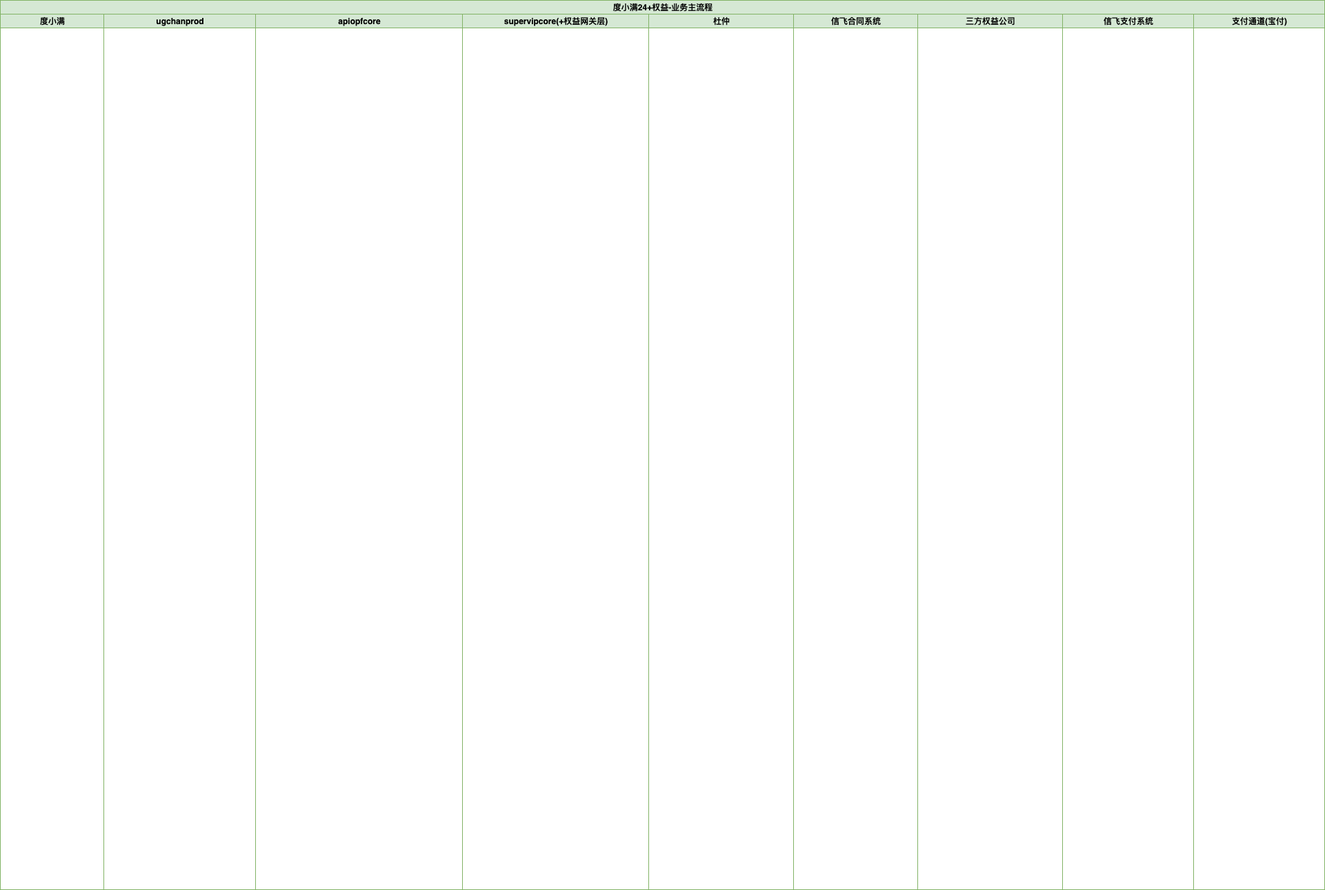
Earlier version of the draw.io export 度小满权益-业务主流程.png (yuanlj-tea/picgo). Source tidied: cells renumbered, new cells last; positions are measured from the earlier drawing's top-left corner, leaving out a move shared by most shapes.
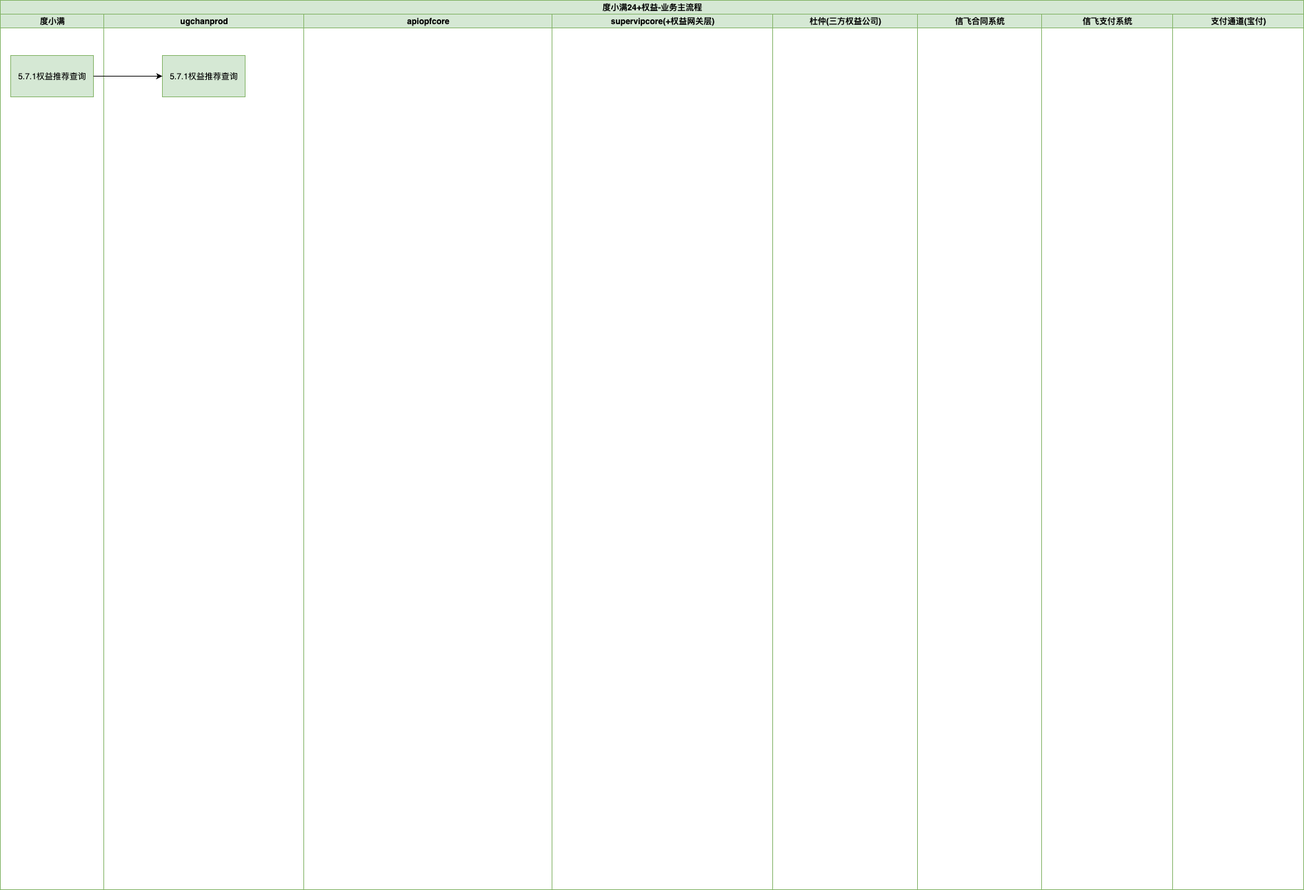
After the change.

Commit message:
更新度小满权益-业务主流程.png

The edit, as a diff of the source:
```diff
@@ -3,34 +3,40 @@
     <mxCell id="0" />
     <mxCell id="1" parent="0" />
     <mxCell id="2" value="度小满24+权益-业务主流程" style="swimlane;startSize=20;html=1;fillColor=#d5e8d4;strokeColor=#82b366;" parent="1" vertex="1">
-      <mxGeometry width="1920" height="1290" as="geometry" />
+      <mxGeometry width="1890" height="1290" as="geometry" />
     </mxCell>
     <mxCell id="3" value="度小满" style="swimlane;startSize=20;html=1;fillColor=#d5e8d4;strokeColor=#82b366;" parent="2" vertex="1">
       <mxGeometry y="20" width="150" height="1270" as="geometry" />
     </mxCell>
+    <mxCell id="12" value="5.7.1权益推荐查询" style="rounded=0;whiteSpace=wrap;html=1;fillColor=#d5e8d4;strokeColor=#82b366;" parent="3" vertex="1">
+      <mxGeometry x="15" y="60" width="120" height="60" as="geometry" />
+    </mxCell>
     <mxCell id="4" value="ugchanprod" style="swimlane;startSize=20;html=1;fillColor=#d5e8d4;strokeColor=#82b366;" parent="2" vertex="1">
-      <mxGeometry x="150" y="20" width="220" height="1270" as="geometry" />
+      <mxGeometry x="150" y="20" width="290" height="1270" as="geometry" />
     </mxCell>
+    <mxCell id="13" value="5.7.1权益推荐查询" style="rounded=0;whiteSpace=wrap;html=1;fillColor=#d5e8d4;strokeColor=#82b366;" parent="4" vertex="1">
+      <mxGeometry x="85" y="60" width="120" height="60" as="geometry" />
+    </mxCell>
     <mxCell id="5" value="apiopfcore" style="swimlane;startSize=20;html=1;fillColor=#d5e8d4;strokeColor=#82b366;" parent="2" vertex="1">
-      <mxGeometry x="370" y="20" width="300" height="1270" as="geometry" />
+      <mxGeometry x="440" y="20" width="360" height="1270" as="geometry" />
     </mxCell>
     <mxCell id="6" value="supervipcore(+权益网关层)" style="swimlane;startSize=20;html=1;fillColor=#d5e8d4;strokeColor=#82b366;" parent="2" vertex="1">
-      <mxGeometry x="670" y="20" width="270" height="1270" as="geometry" />
+      <mxGeometry x="800" y="20" width="320" height="1270" as="geometry" />
     </mxCell>
-    <mxCell id="7" value="杜仲" style="swimlane;startSize=20;html=1;fillColor=#d5e8d4;strokeColor=#82b366;" parent="2" vertex="1">
-      <mxGeometry x="940" y="20" width="210" height="1270" as="geometry" />
+    <mxCell id="7" value="杜仲(三方权益公司)" style="swimlane;startSize=20;html=1;fillColor=#d5e8d4;strokeColor=#82b366;" parent="2" vertex="1">
+      <mxGeometry x="1120" y="20" width="210" height="1270" as="geometry" />
     </mxCell>
     <mxCell id="8" value="信飞合同系统" style="swimlane;startSize=20;html=1;fillColor=#d5e8d4;strokeColor=#82b366;" parent="2" vertex="1">
-      <mxGeometry x="1150" y="20" width="180" height="1270" as="geometry" />
+      <mxGeometry x="1330" y="20" width="180" height="1270" as="geometry" />
     </mxCell>
-    <mxCell id="9" value="三方权益公司" style="swimlane;startSize=20;html=1;fillColor=#d5e8d4;strokeColor=#82b366;" parent="2" vertex="1">
-      <mxGeometry x="1330" y="20" width="210" height="1270" as="geometry" />
-    </mxCell>
     <mxCell id="10" value="信飞支付系统" style="swimlane;startSize=20;html=1;fillColor=#d5e8d4;strokeColor=#82b366;" parent="2" vertex="1">
-      <mxGeometry x="1540" y="20" width="190" height="1270" as="geometry" />
+      <mxGeometry x="1510" y="20" width="190" height="1270" as="geometry" />
     </mxCell>
     <mxCell id="11" value="支付通道(宝付)" style="swimlane;startSize=20;html=1;fillColor=#d5e8d4;strokeColor=#82b366;" parent="2" vertex="1">
-      <mxGeometry x="1730" y="20" width="190" height="1270" as="geometry" />
+      <mxGeometry x="1700" y="20" width="190" height="1270" as="geometry" />
     </mxCell>
+    <mxCell id="14" style="edgeStyle=orthogonalEdgeStyle;rounded=1;jettySize=auto;html=1;entryX=0;entryY=0.5;entryDx=0;entryDy=0;curved=0;" parent="2" edge="1" source="12" target="13">
+      <mxGeometry relative="1" as="geometry" />
+    </mxCell>
   </root>
 </mxGraphModel>
```
